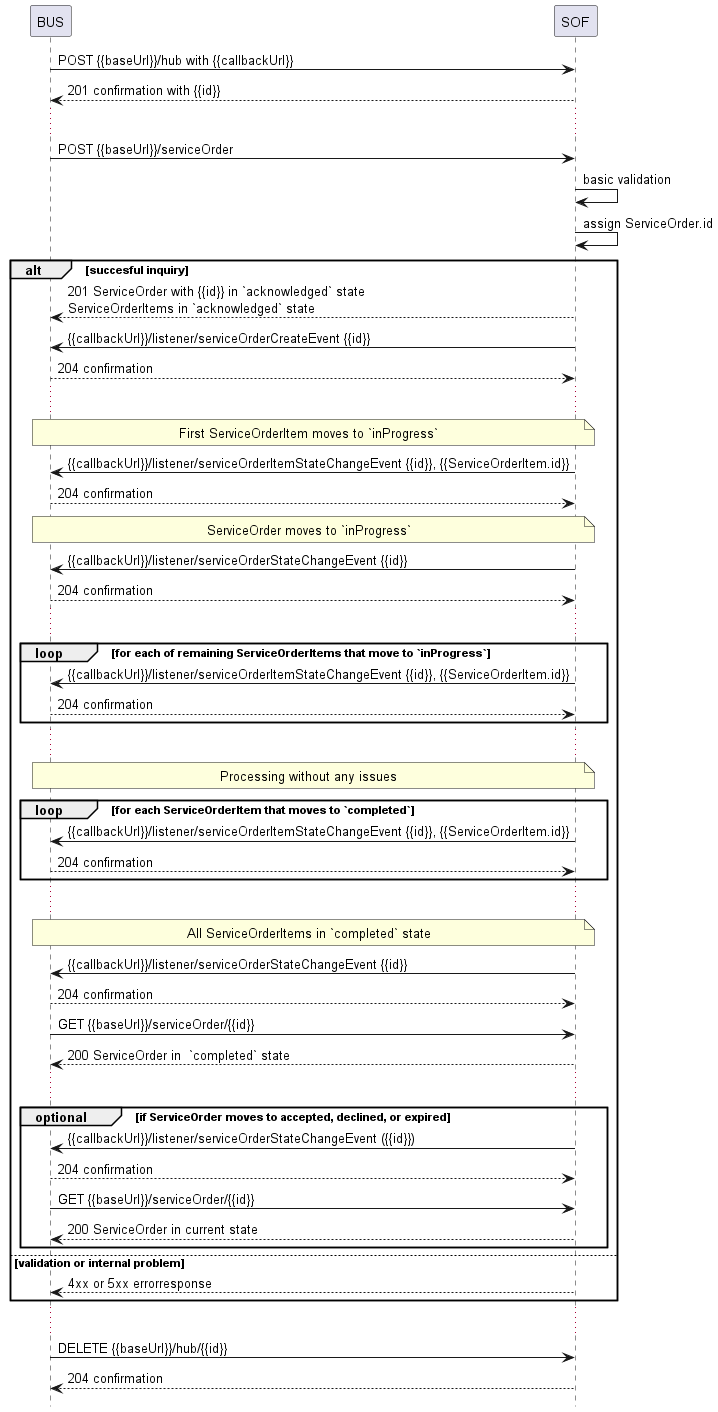
Earlier version of the PlantUML export documentation/serviceApi/order/media/notificationWithItems.png (MEF-GIT/MEF-LSO-Legato-SDK).
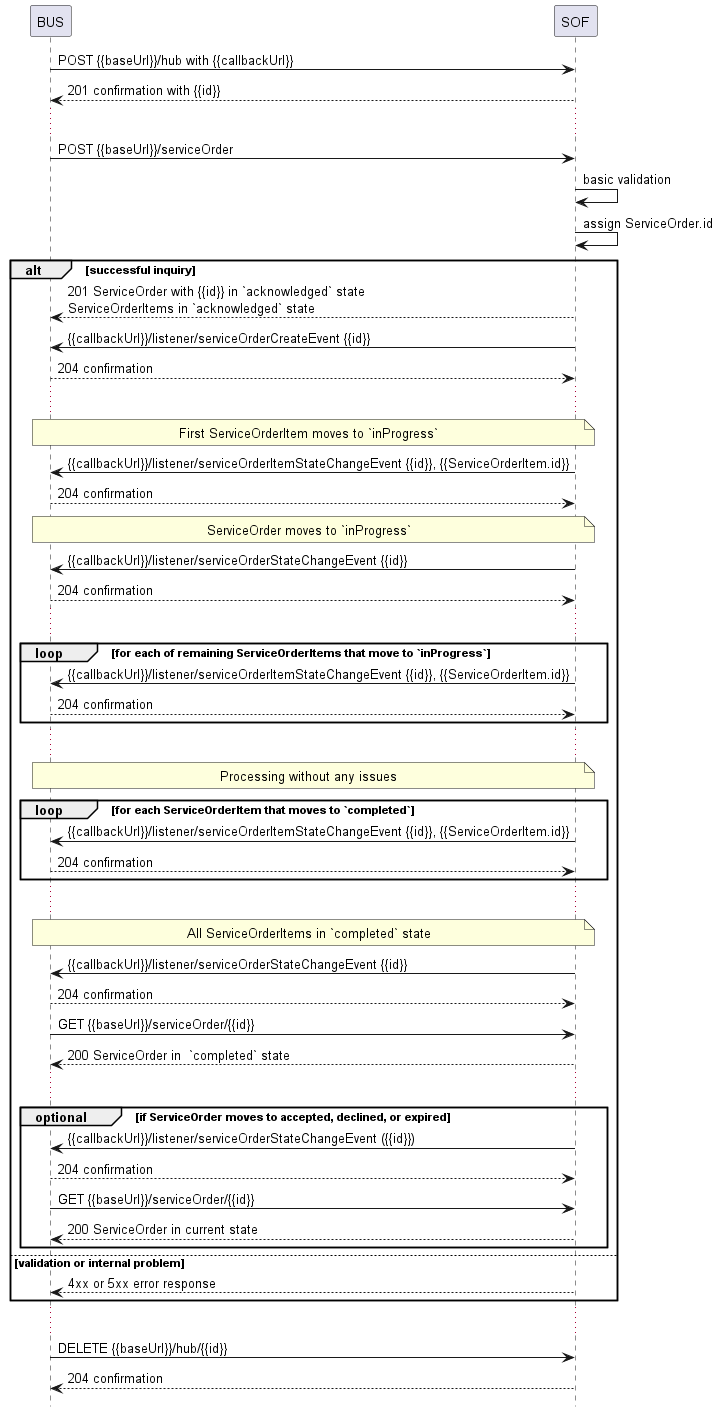
Above is the later version.

What changed in the source:
```diff
@@ -12,7 +12,7 @@
 SOF -> SOF : basic validation
 SOF -> SOF : assign ServiceOrder.id
 
-alt succesful inquiry
+alt successful inquiry
   SOF --> BUS : 201 ServiceOrder with {{id}} in `acknowledged` state \nServiceOrderItems in `acknowledged` state
   SOF -> BUS: {{callbackUrl}}/listener/serviceOrderCreateEvent {{id}}
   BUS --> SOF : 204 confirmation
@@ -59,7 +59,7 @@
 
 
 else validation or internal problem
-  SOF --> BUS : 4xx or 5xx errorresponse
+  SOF --> BUS : 4xx or 5xx error response
 end
 
 ...
```
